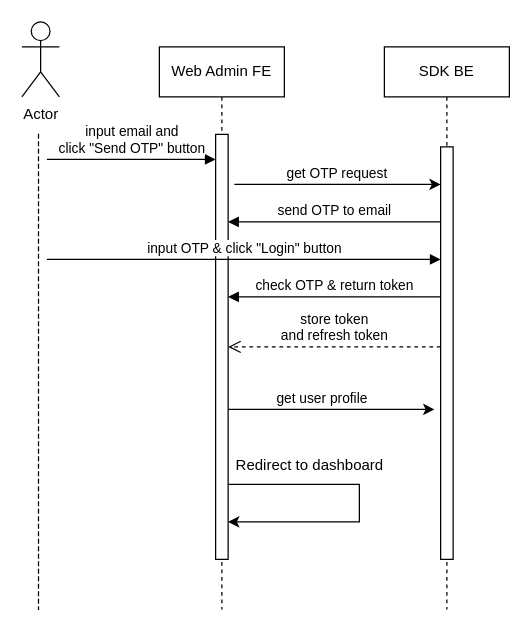
antdp97/EmojiSearching keeps this draw.io diagram as SDKWebAdmin.drawio. Above is the earlier version. Source tidied: cells renumbered, new cells numbered last; positions are measured from the earlier drawing's top-left corner, leaving out a move shared by most shapes. Both pictures are drawn from the tidied source at 125%, with x=0, y=0 at pixel (21, 21).
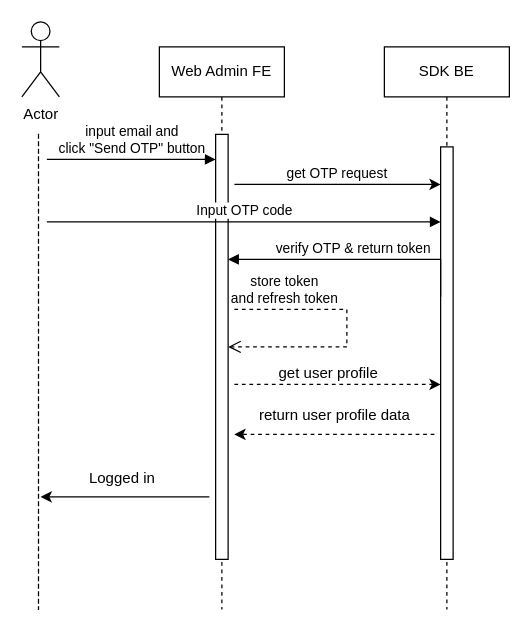
Above is the later version.

The change refers to these unchanged cells:
```xml
<mxCell id="2" value="Web Admin FE" style="shape=umlLifeline;perimeter=lifelinePerimeter;whiteSpace=wrap;html=1;newEdgeStyle={&quot;edgeStyle&quot;:&quot;elbowEdgeStyle&quot;,&quot;elbow&quot;:&quot;vertical&quot;,&quot;curved&quot;:0,&quot;rounded&quot;:0};" parent="1" vertex="1">
  <mxGeometry x="110" y="20" width="100" height="450" as="geometry" />
</mxCell>
<mxCell id="3" style="html=1;points=[];perimeter=orthogonalPerimeter;outlineConnect=0;targetShapes=umlLifeline;portConstraint=eastwest;newEdgeStyle={&quot;edgeStyle&quot;:&quot;elbowEdgeStyle&quot;,&quot;elbow&quot;:&quot;vertical&quot;,&quot;curved&quot;:0,&quot;rounded&quot;:0};" parent="2" vertex="1">
  <mxGeometry x="45" y="70" width="10" height="340" as="geometry" />
</mxCell>
<mxCell id="6" style="html=1;points=[];perimeter=orthogonalPerimeter;outlineConnect=0;targetShapes=umlLifeline;portConstraint=eastwest;newEdgeStyle={&quot;edgeStyle&quot;:&quot;elbowEdgeStyle&quot;,&quot;elbow&quot;:&quot;vertical&quot;,&quot;curved&quot;:0,&quot;rounded&quot;:0};" parent="5" vertex="1">
  <mxGeometry x="45" y="80" width="10" height="330" as="geometry" />
</mxCell>
<mxCell id="10" style="shape=partialRectangle;fillColor=none;align=left;verticalAlign=middle;strokeColor=none;spacingLeft=34;points=[[0,0.5],[1,0.5]];portConstraint=eastwest;" parent="1" vertex="1">
  <mxGeometry x="10" y="90" width="10" height="380" as="geometry" />
</mxCell>
```

Diff of the diagram source:
```diff
@@
-    <mxCell id="4" style="endArrow=classic;html=1;rounded=0;" parent="2" edge="1" source="3" target="3">
-      <mxGeometry relative="1" as="geometry">
-        <Array as="points">
-          <mxPoint x="160" y="350" />
-          <mxPoint x="160" y="370" />
-          <mxPoint x="160" y="380" />
-        </Array>
-      </mxGeometry>
-    </mxCell>
@@
-    <mxCell id="7" value="store token &lt;br&gt;and refresh token" style="html=1;verticalAlign=bottom;endArrow=open;dashed=1;endSize=8;edgeStyle=elbowEdgeStyle;elbow=vertical;curved=0;rounded=0;" parent="1" edge="1" source="6" target="3">
-      <mxGeometry relative="1" as="geometry">
+    <mxCell id="7" value="store token &lt;br&gt;and refresh token" style="html=1;verticalAlign=bottom;endArrow=open;dashed=1;endSize=8;edgeStyle=elbowEdgeStyle;elbow=vertical;curved=0;rounded=0;" parent="1" edge="1" target="3">
+      <mxGeometry x="0.28" y="-30" relative="1" as="geometry">
+        <mxPoint x="260" y="230" as="sourcePoint" />
         <Array as="points">
+          <mxPoint x="260" y="260" />
           <mxPoint x="260" y="260" />
         </Array>
       </mxGeometry>
     </mxCell>
-    <mxCell id="8" value="send OTP to email" style="html=1;verticalAlign=bottom;endArrow=block;edgeStyle=elbowEdgeStyle;elbow=vertical;curved=0;rounded=0;" parent="1" edge="1" source="6" target="3">
-      <mxGeometry relative="1" as="geometry">
-        <Array as="points">
-          <mxPoint x="300" y="160" />
-          <mxPoint x="230" y="150" />
-          <mxPoint x="260" y="140" />
-        </Array>
-      </mxGeometry>
-    </mxCell>
@@
-    <mxCell id="13" value="input OTP &amp;amp; click &quot;Login&quot; button" style="html=1;verticalAlign=bottom;endArrow=block;edgeStyle=elbowEdgeStyle;elbow=horizontal;curved=0;rounded=0;" parent="1" edge="1" source="10" target="6">
+    <mxCell id="13" value="Input OTP code" style="html=1;verticalAlign=bottom;endArrow=block;edgeStyle=elbowEdgeStyle;elbow=horizontal;curved=0;rounded=0;" parent="1" edge="1" source="10" target="6">
       <mxGeometry relative="1" as="geometry">
         <Array as="points">
+          <mxPoint x="290" y="160" />
           <mxPoint x="115" y="190" />
         </Array>
       </mxGeometry>
     </mxCell>
-    <mxCell id="14" value="check OTP &amp;amp; return token" style="html=1;verticalAlign=bottom;endArrow=block;edgeStyle=elbowEdgeStyle;elbow=vertical;curved=0;rounded=0;" parent="1" edge="1" target="3">
+    <mxCell id="14" value="verify OTP &amp;amp; return token" style="html=1;verticalAlign=bottom;endArrow=block;edgeStyle=elbowEdgeStyle;elbow=vertical;curved=0;rounded=0;" parent="1" edge="1" target="3">
       <mxGeometry relative="1" as="geometry">
         <mxPoint x="335" y="220" as="sourcePoint" />
         <Array as="points">
+          <mxPoint x="220" y="190" />
           <mxPoint x="260" y="220" />
         </Array>
       </mxGeometry>
     </mxCell>
-    <mxCell id="15" style="endArrow=classic;html=1;rounded=0;" parent="1" edge="1">
+    <mxCell id="15" style="endArrow=classic;html=1;rounded=0;dashed=1;" parent="1" edge="1">
       <mxGeometry relative="1" as="geometry">
-        <mxPoint x="165" y="310" as="sourcePoint" />
-        <mxPoint x="330" y="310" as="targetPoint" />
+        <mxPoint x="170" y="290" as="sourcePoint" />
+        <mxPoint x="335" y="290" as="targetPoint" />
       </mxGeometry>
     </mxCell>
-    <mxCell id="16" value="get user profile" style="edgeLabel;html=1;align=center;verticalAlign=middle;" parent="15" vertex="1">
+    <mxCell id="16" value="get user profile" style="edgeLabel;html=1;align=center;verticalAlign=middle;fontSize=12;" parent="15" vertex="1">
       <mxGeometry x="-0.16" y="-1" relative="1" as="geometry">
         <mxPoint x="5" y="-11" as="offset" />
       </mxGeometry>
     </mxCell>
-    <mxCell id="17" value="Redirect to dashboard" style="text;html=1;align=center;verticalAlign=middle;strokeColor=none;fillColor=none;" parent="1" vertex="1">
-      <mxGeometry x="160" y="340" width="140" height="30" as="geometry" />
+    <mxCell id="17" value="Logged in" style="text;html=1;align=center;verticalAlign=middle;strokeColor=none;fillColor=none;" parent="1" vertex="1">
+      <mxGeometry x="40" y="350" width="80" height="30" as="geometry" />
     </mxCell>
@@
+    <mxCell id="20" style="endArrow=none;dashed=1;html=1;rounded=0;" parent="1" edge="1">
+      <mxGeometry relative="1" as="geometry">
+        <mxPoint x="170" y="230" as="sourcePoint" />
+        <mxPoint x="260" y="230" as="targetPoint" />
+      </mxGeometry>
+    </mxCell>
+    <mxCell id="21" style="endArrow=classic;html=1;rounded=0;" parent="1" edge="1">
+      <mxGeometry relative="1" as="geometry">
+        <mxPoint x="150" y="380" as="sourcePoint" />
+        <mxPoint x="15" y="380" as="targetPoint" />
+      </mxGeometry>
+    </mxCell>
+    <mxCell id="22" style="endArrow=classic;html=1;rounded=0;dashed=1;" parent="1" edge="1">
+      <mxGeometry relative="1" as="geometry">
+        <mxPoint x="330" y="330" as="sourcePoint" />
+        <mxPoint x="170" y="330" as="targetPoint" />
+      </mxGeometry>
+    </mxCell>
+    <mxCell id="23" value="return user profile data" style="text;html=1;align=center;verticalAlign=middle;strokeColor=none;fillColor=none;" parent="1" vertex="1">
+      <mxGeometry x="180" y="300" width="140" height="30" as="geometry" />
+    </mxCell>
```
